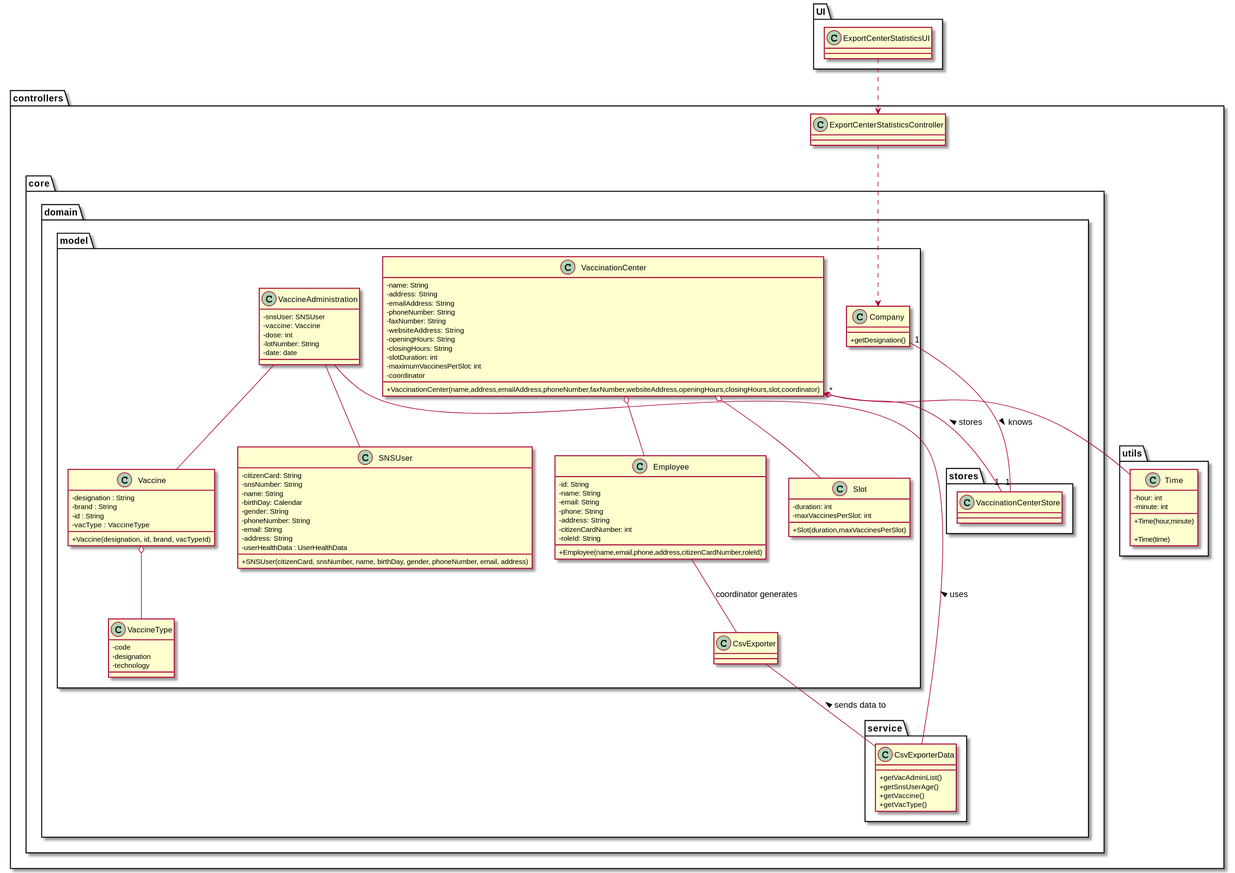
Above: docs/SprintD/US15/CD/US15_CD.svg in miseEnPlace-i/lapr2 (PlantUML), before the change.
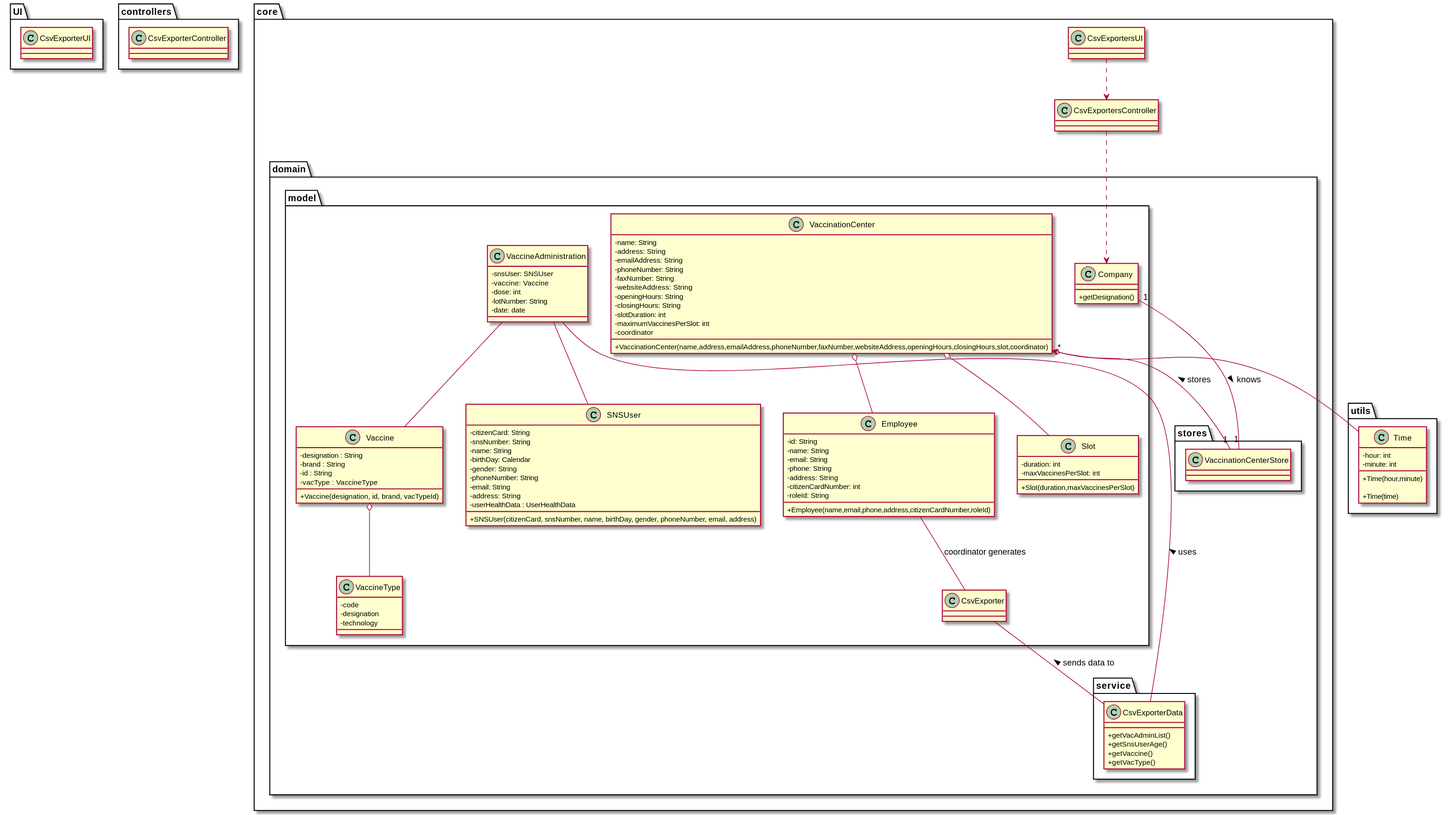
Above is the later version.

Commit message:
docs(US15): updated CD (fixed package diagram) and added CD.svg

Change to the diagram source:
```diff
@@ -2,13 +2,14 @@
 skinparam classAttributeIconSize 0
 
 package UI {
-class ExportCenterStatisticsUI {}
+class CsvExporterUI {}
 }
 
 package controllers {
-     class ExportCenterStatisticsController {
+     class CsvExporterController {
 
      }
+}
 
    package utils {
      class Time {
@@ -125,9 +126,9 @@
 
 
 
-ExportCenterStatisticsUI ..> ExportCenterStatisticsController
+CsvExportersUI ..> CsvExportersController
 
-ExportCenterStatisticsController ..> Company
+CsvExportersController ..> Company
 
 Company "1" -- "1" VaccinationCenterStore : knows >
 
```
